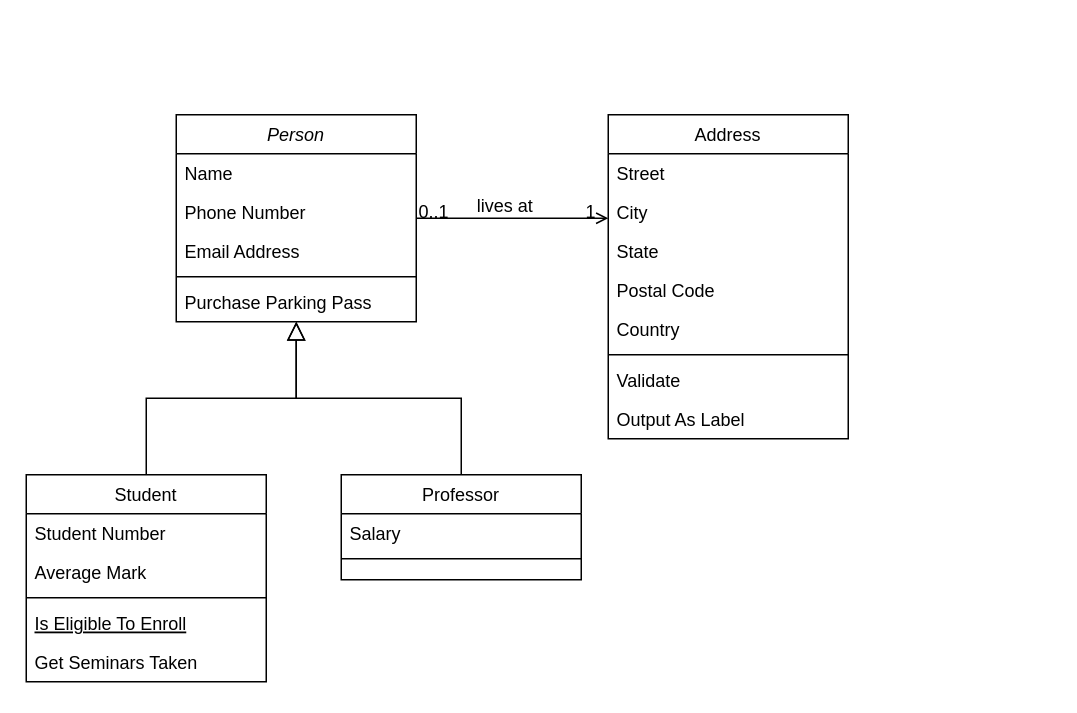
Earlier version of the draw.io diagram Diagrama sin título.drawio (RDLuisL/Odontology-Clinic). Source tidied: cells renumbered, new cells numbered last; positions are measured from the earlier drawing's top-left corner, leaving out a move shared by most shapes. Both pictures are drawn from the tidied source at 150%, with x=0, y=0 at pixel (26, 114).
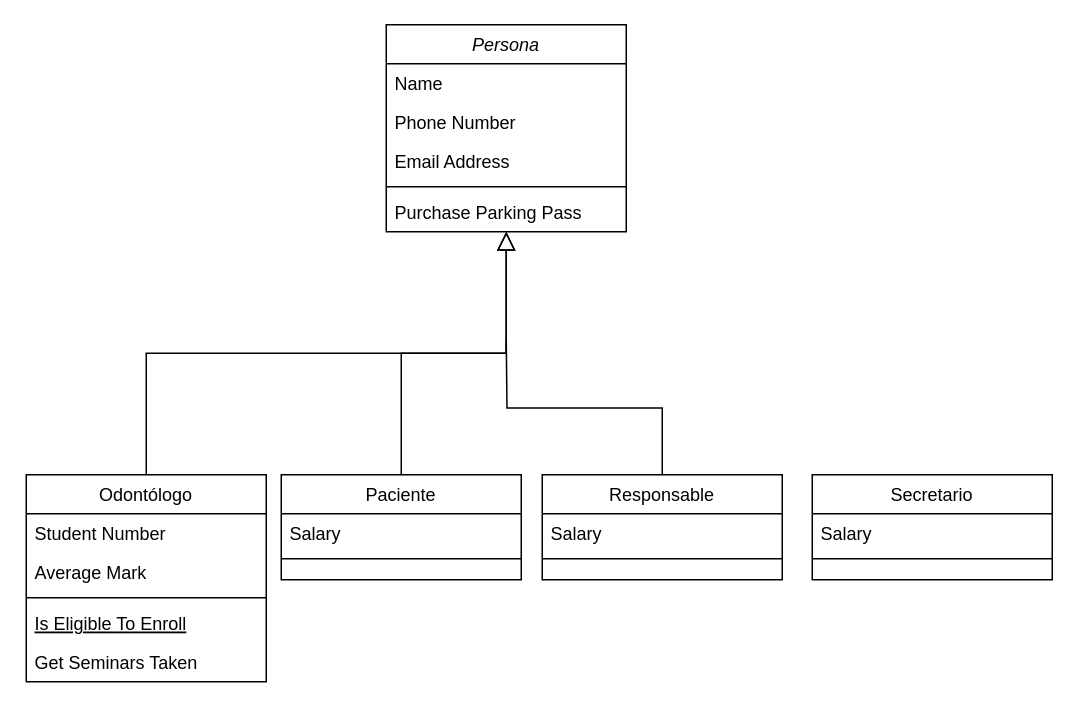
After the change.

Commit message:
Diagram Odontologic Clinic.drawio

The edit, as a diff of the source:
```diff
@@
-    <mxCell id="2" value="Person" style="swimlane;fontStyle=2;align=center;verticalAlign=top;horizontal=1;startSize=26;rounded=0;shadow=0;strokeWidth=1;" parent="1" vertex="1">
-      <mxGeometry x="100" width="160" height="138" as="geometry" />
+    <mxCell id="2" value="Persona" style="swimlane;fontStyle=2;align=center;verticalAlign=top;horizontal=1;startSize=26;rounded=0;shadow=0;strokeWidth=1;" parent="1" vertex="1">
+      <mxGeometry x="240" y="-60" width="160" height="138" as="geometry" />
     </mxCell>
@@
-    <mxCell id="8" value="Student" style="swimlane;fontStyle=0;align=center;verticalAlign=top;horizontal=1;startSize=26;rounded=0;shadow=0;strokeWidth=1;" parent="1" vertex="1">
+    <mxCell id="8" value="Odontólogo" style="swimlane;fontStyle=0;align=center;verticalAlign=top;horizontal=1;startSize=26;rounded=0;shadow=0;strokeWidth=1;" parent="1" vertex="1">
       <mxGeometry y="240" width="160" height="138" as="geometry" />
     </mxCell>
@@
-    <mxCell id="15" value="Professor" style="swimlane;fontStyle=0;align=center;verticalAlign=top;horizontal=1;startSize=26;rounded=0;shadow=0;strokeWidth=1;" parent="1" vertex="1">
-      <mxGeometry x="210" y="240" width="160" height="70" as="geometry" />
+    <mxCell id="15" value="Paciente" style="swimlane;fontStyle=0;align=center;verticalAlign=top;horizontal=1;startSize=26;rounded=0;shadow=0;strokeWidth=1;" parent="1" vertex="1">
+      <mxGeometry x="170" y="240" width="160" height="70" as="geometry" />
     </mxCell>
@@
-    <mxCell id="18" style="endArrow=block;endSize=10;endFill=0;shadow=0;strokeWidth=1;rounded=0;curved=0;edgeStyle=elbowEdgeStyle;elbow=vertical;" parent="1" edge="1" source="15" target="2">
-      <mxGeometry relative="1" as="geometry" />
+    <mxCell id="18" style="endArrow=block;endSize=10;endFill=0;shadow=0;strokeWidth=1;rounded=0;edgeStyle=orthogonalEdgeStyle;elbow=vertical;" parent="1" edge="1" source="15" target="2">
+      <mxGeometry relative="1" as="geometry">
+        <Array as="points">
+          <mxPoint x="250" y="159" />
+          <mxPoint x="320" y="159" />
+        </Array>
+      </mxGeometry>
     </mxCell>
-    <mxCell id="19" value="Address" style="swimlane;fontStyle=0;align=center;verticalAlign=top;horizontal=1;startSize=26;rounded=0;shadow=0;strokeWidth=1;" parent="1" vertex="1">
-      <mxGeometry x="388" width="160" height="216" as="geometry" />
-    </mxCell>
-    <mxCell id="20" value="Street" style="text;align=left;verticalAlign=top;spacingLeft=4;spacingRight=4;overflow=hidden;" parent="19" vertex="1">
-      <mxGeometry y="26" width="160" height="26" as="geometry" />
-    </mxCell>
-    <mxCell id="21" value="City" style="text;align=left;verticalAlign=top;spacingLeft=4;spacingRight=4;overflow=hidden;rounded=0;shadow=0;html=0;" parent="19" vertex="1">
-      <mxGeometry y="52" width="160" height="26" as="geometry" />
-    </mxCell>
-    <mxCell id="22" value="State" style="text;align=left;verticalAlign=top;spacingLeft=4;spacingRight=4;overflow=hidden;rounded=0;shadow=0;html=0;" parent="19" vertex="1">
-      <mxGeometry y="78" width="160" height="26" as="geometry" />
-    </mxCell>
-    <mxCell id="23" value="Postal Code" style="text;align=left;verticalAlign=top;spacingLeft=4;spacingRight=4;overflow=hidden;rounded=0;shadow=0;html=0;" parent="19" vertex="1">
-      <mxGeometry y="104" width="160" height="26" as="geometry" />
-    </mxCell>
-    <mxCell id="24" value="Country" style="text;align=left;verticalAlign=top;spacingLeft=4;spacingRight=4;overflow=hidden;rounded=0;shadow=0;html=0;" parent="19" vertex="1">
-      <mxGeometry y="130" width="160" height="26" as="geometry" />
-    </mxCell>
-    <mxCell id="25" style="line;html=1;strokeWidth=1;align=left;verticalAlign=middle;spacingTop=-1;spacingLeft=3;spacingRight=3;labelPosition=right;" parent="19" vertex="1">
-      <mxGeometry y="156" width="160" height="8" as="geometry" />
-    </mxCell>
-    <mxCell id="26" value="Validate" style="text;align=left;verticalAlign=top;spacingLeft=4;spacingRight=4;overflow=hidden;" parent="19" vertex="1">
-      <mxGeometry y="164" width="160" height="26" as="geometry" />
-    </mxCell>
-    <mxCell id="27" value="Output As Label" style="text;align=left;verticalAlign=top;spacingLeft=4;spacingRight=4;overflow=hidden;" parent="19" vertex="1">
-      <mxGeometry y="190" width="160" height="26" as="geometry" />
-    </mxCell>
-    <mxCell id="28" style="endArrow=open;shadow=0;strokeWidth=1;rounded=0;curved=0;endFill=1;edgeStyle=elbowEdgeStyle;elbow=vertical;" parent="1" edge="1" source="2" target="19">
-      <mxGeometry x="0.5" y="41" relative="1" as="geometry">
-        <mxPoint x="-40" y="32" as="offset" />
-      </mxGeometry>
-    </mxCell>
-    <mxCell id="29" value="0..1" style="align=left;verticalAlign=bottom;labelBackgroundColor=none;fontSize=12;" parent="28" vertex="1">
-      <mxGeometry x="-1" relative="1" as="geometry">
-        <mxPoint y="4" as="offset" />
-      </mxGeometry>
-    </mxCell>
-    <mxCell id="30" value="1" style="align=right;verticalAlign=bottom;labelBackgroundColor=none;fontSize=12;" parent="28" vertex="1">
-      <mxGeometry x="1" relative="1" as="geometry">
-        <mxPoint x="-7" y="4" as="offset" />
-      </mxGeometry>
-    </mxCell>
-    <mxCell id="31" value="lives at" style="text;html=1;align=center;verticalAlign=middle;labelBackgroundColor=none;rounded=0;shadow=0;strokeWidth=1;fontSize=12;" parent="28" vertex="1">
-      <mxGeometry x="0.5" y="49" relative="1" as="geometry">
-        <mxPoint x="-38" y="40" as="offset" />
-      </mxGeometry>
-    </mxCell>
+    <mxCell id="32" style="edgeStyle=orthogonalEdgeStyle;rounded=0;jettySize=auto;html=1;exitX=0.5;exitY=0;exitDx=0;exitDy=0;startArrow=none;startFill=0;endArrow=none;endFill=0;" parent="1" edge="1" source="33">
+      <mxGeometry relative="1" as="geometry">
+        <mxPoint x="320" y="150" as="targetPoint" />
+      </mxGeometry>
+    </mxCell>
+    <mxCell id="33" value="Responsable" style="swimlane;fontStyle=0;align=center;verticalAlign=top;horizontal=1;startSize=26;rounded=0;shadow=0;strokeWidth=1;" parent="1" vertex="1">
+      <mxGeometry x="344" y="240" width="160" height="70" as="geometry" />
+    </mxCell>
+    <mxCell id="34" value="Salary" style="text;align=left;verticalAlign=top;spacingLeft=4;spacingRight=4;overflow=hidden;" parent="33" vertex="1">
+      <mxGeometry y="26" width="160" height="26" as="geometry" />
+    </mxCell>
+    <mxCell id="35" style="line;html=1;strokeWidth=1;align=left;verticalAlign=middle;spacingTop=-1;spacingLeft=3;spacingRight=3;labelPosition=right;" parent="33" vertex="1">
+      <mxGeometry y="52" width="160" height="8" as="geometry" />
+    </mxCell>
+    <mxCell id="36" value="Secretario" style="swimlane;fontStyle=0;align=center;verticalAlign=top;horizontal=1;startSize=26;rounded=0;shadow=0;strokeWidth=1;" parent="1" vertex="1">
+      <mxGeometry x="524" y="240" width="160" height="70" as="geometry" />
+    </mxCell>
+    <mxCell id="37" value="Salary" style="text;align=left;verticalAlign=top;spacingLeft=4;spacingRight=4;overflow=hidden;" parent="36" vertex="1">
+      <mxGeometry y="26" width="160" height="26" as="geometry" />
+    </mxCell>
+    <mxCell id="38" style="line;html=1;strokeWidth=1;align=left;verticalAlign=middle;spacingTop=-1;spacingLeft=3;spacingRight=3;labelPosition=right;" parent="36" vertex="1">
+      <mxGeometry y="52" width="160" height="8" as="geometry" />
+    </mxCell>
```
